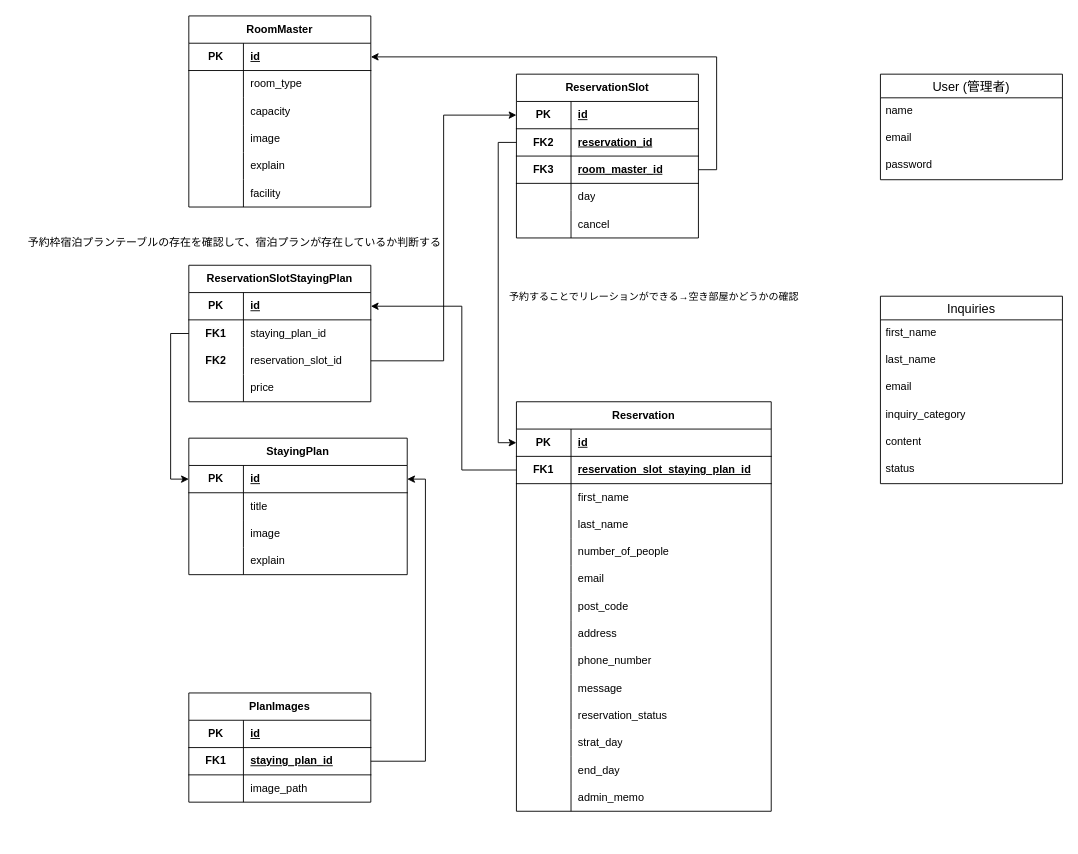
This is ER図.drawio from your-school/reserve, a draw.io file, before an edit. Source tidied: cells renumbered, new cells numbered last; positions are measured from the earlier drawing's top-left corner, leaving out a move shared by most shapes. Both pictures are drawn from the tidied source at 91%, with x=0, y=0 at pixel (15, 15).
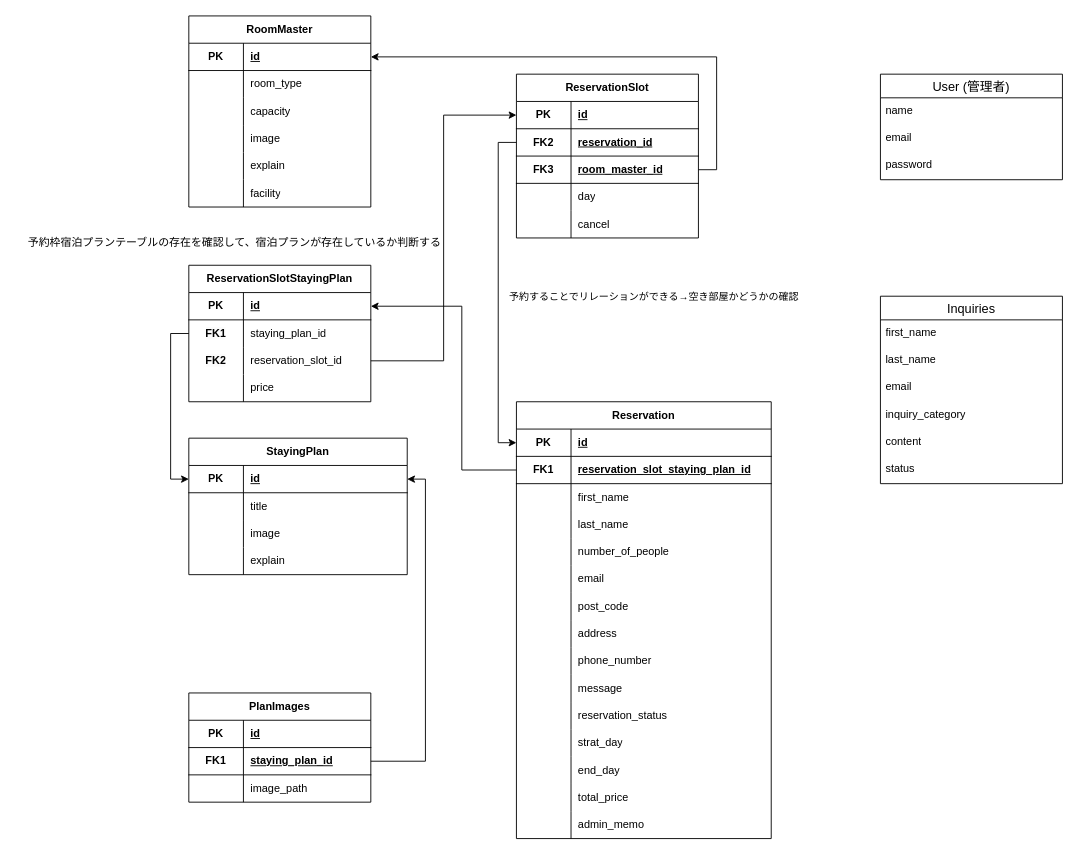
Above is the later version.

Commit message:
ER図.drawio を更新します

Change to the diagram source:
```diff
@@
     <mxCell id="2" value="Reservation" style="shape=table;startSize=30;childLayout=tableLayout;rowLines=0;fontStyle=1;align=center;html=1;whiteSpace=wrap;" parent="1" vertex="1">
-      <mxGeometry x="550" y="424" width="280" height="450" as="geometry" />
+      <mxGeometry x="550" y="424" width="280" height="480" as="geometry" />
     </mxCell>
@@
+    <mxCell id="135" style="shape=tableRow;horizontal=0;startSize=0;swimlaneHead=0;swimlaneBody=0;fillColor=none;top=0;left=0;right=0;bottom=0;html=1;" parent="2" vertex="1">
+      <mxGeometry y="420" width="280" height="30" as="geometry" />
+    </mxCell>
+    <mxCell id="136" style="shape=partialRectangle;fillColor=none;top=0;left=0;bottom=0;right=0;overflow=hidden;html=1;whiteSpace=wrap;" parent="135" vertex="1">
+      <mxGeometry width="60" height="30" as="geometry" />
+    </mxCell>
+    <mxCell id="137" value="total_price" style="shape=partialRectangle;fillColor=none;top=0;left=0;bottom=0;right=0;align=left;spacingLeft=6;overflow=hidden;html=1;whiteSpace=wrap;" parent="135" vertex="1">
+      <mxGeometry x="60" width="220" height="30" as="geometry" />
+    </mxCell>
     <mxCell id="42" style="shape=tableRow;horizontal=0;startSize=0;swimlaneHead=0;swimlaneBody=0;fillColor=none;top=0;left=0;right=0;bottom=0;html=1;" parent="2" vertex="1">
-      <mxGeometry y="420" width="280" height="30" as="geometry" />
+      <mxGeometry y="450" width="280" height="30" as="geometry" />
     </mxCell>
```
